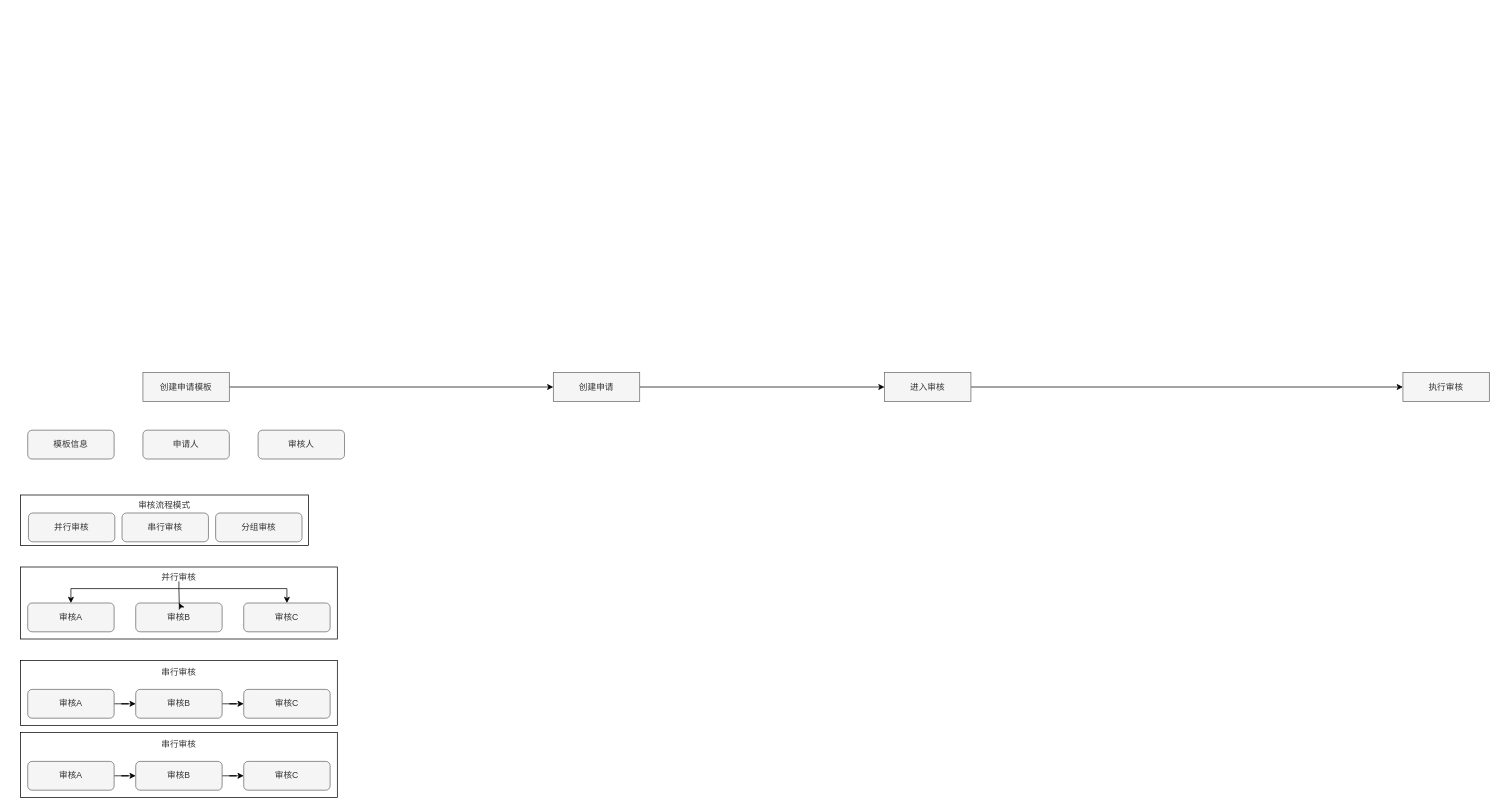
Earlier version of the draw.io diagram 审核流程.drawio (huaiyongtai/diagrams). Source tidied: cells renumbered, new cells numbered last; positions are measured from the earlier drawing's top-left corner, leaving out a move shared by most shapes. Both pictures are drawn from the tidied source at 72%, with x=0, y=0 at pixel (20, 372).
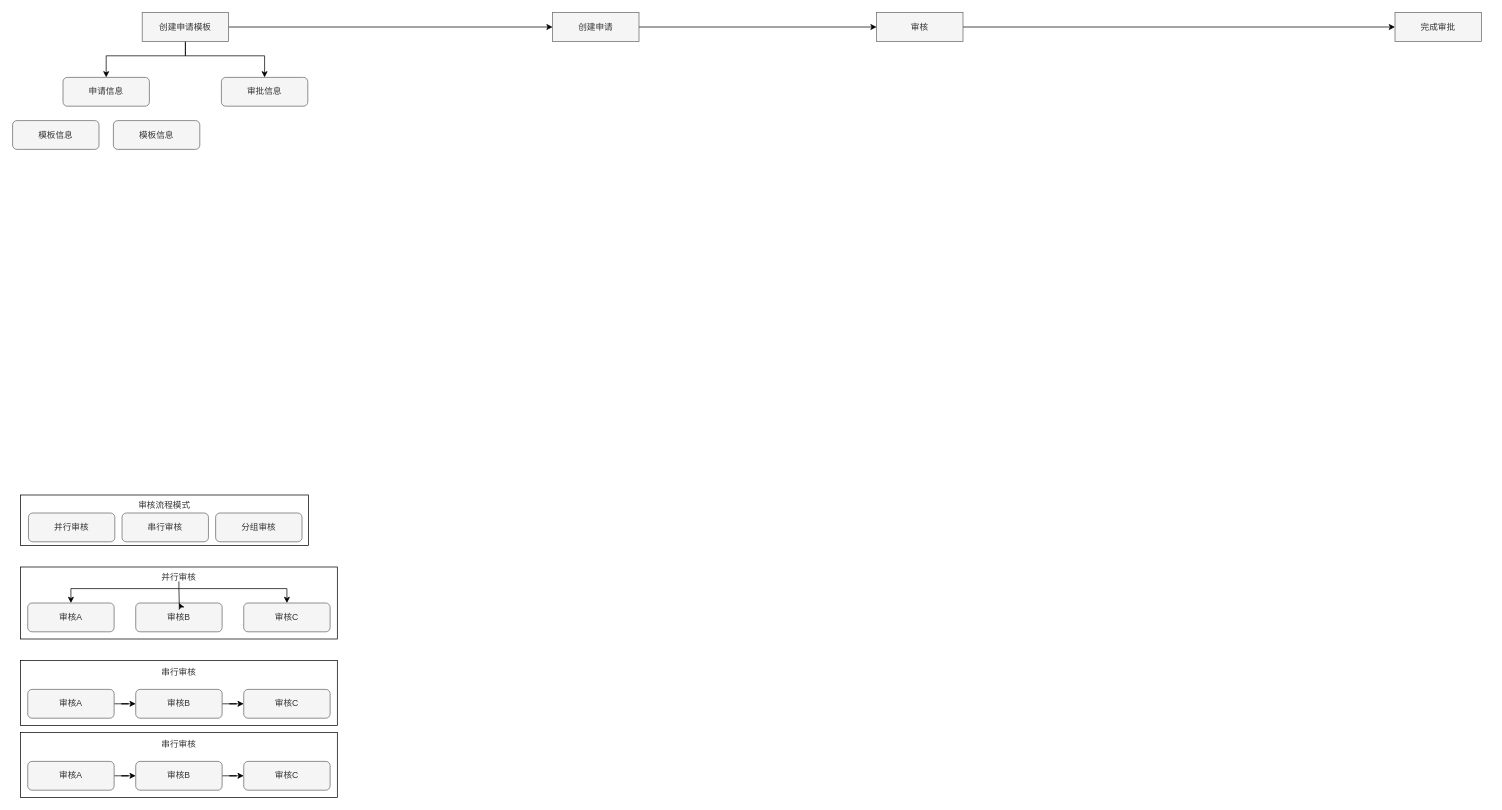
Above is the later version.

Commit message:
更新审核流程.drawio

Diff of the diagram source:
```diff
@@
     <mxCell id="6" value="创建申请" style="rounded=0;whiteSpace=wrap;html=1;fillColor=#f5f5f5;strokeColor=#666666;fontColor=#333333;" parent="1" vertex="1">
-      <mxGeometry x="740" width="120" height="40" as="geometry" />
+      <mxGeometry x="739" y="-500" width="120" height="40" as="geometry" />
     </mxCell>
@@
-    <mxCell id="8" value="进入审核" style="rounded=0;whiteSpace=wrap;html=1;fillColor=#f5f5f5;strokeColor=#666666;fontColor=#333333;" parent="1" vertex="1">
-      <mxGeometry x="1200" width="120" height="40" as="geometry" />
+    <mxCell id="8" value="审核" style="rounded=0;whiteSpace=wrap;html=1;fillColor=#f5f5f5;strokeColor=#666666;fontColor=#333333;" parent="1" vertex="1">
+      <mxGeometry x="1189" y="-500" width="120" height="40" as="geometry" />
     </mxCell>
@@
+    <mxCell id="35" style="edgeStyle=orthogonalEdgeStyle;rounded=0;jettySize=auto;html=1;exitX=0.5;exitY=0;exitDx=0;exitDy=0;" parent="1" edge="1" source="10" target="34">
+      <mxGeometry relative="1" as="geometry">
+        <Array as="points">
+          <mxPoint x="229" y="-440" />
+          <mxPoint x="119" y="-440" />
+        </Array>
+      </mxGeometry>
+    </mxCell>
+    <mxCell id="36" style="edgeStyle=orthogonalEdgeStyle;rounded=0;jettySize=auto;html=1;entryX=0.5;entryY=0;entryDx=0;entryDy=0;" parent="1" edge="1" source="10" target="33">
+      <mxGeometry relative="1" as="geometry">
+        <Array as="points">
+          <mxPoint x="229" y="-440" />
+          <mxPoint x="339" y="-440" />
+        </Array>
+      </mxGeometry>
+    </mxCell>
     <mxCell id="10" value="创建申请模板" style="rounded=0;whiteSpace=wrap;html=1;fillColor=#f5f5f5;strokeColor=#666666;fontColor=#333333;direction=west;" parent="1" vertex="1">
-      <mxGeometry x="170" width="120" height="40" as="geometry" />
+      <mxGeometry x="169" y="-500" width="120" height="40" as="geometry" />
     </mxCell>
     <mxCell id="11" value="模板信息" style="rounded=1;whiteSpace=wrap;html=1;fillColor=#f5f5f5;strokeColor=#666666;fontColor=#333333;glass=0;sketch=0;" parent="1" vertex="1">
-      <mxGeometry x="10" y="80" width="120" height="40" as="geometry" />
+      <mxGeometry x="-11" y="-350" width="120" height="40" as="geometry" />
     </mxCell>
@@
-    <mxCell id="15" value="执行审核" style="rounded=0;whiteSpace=wrap;html=1;fillColor=#f5f5f5;strokeColor=#666666;fontColor=#333333;" parent="1" vertex="1">
-      <mxGeometry x="1920" width="120" height="40" as="geometry" />
+    <mxCell id="15" value="完成审批" style="rounded=0;whiteSpace=wrap;html=1;fillColor=#f5f5f5;strokeColor=#666666;fontColor=#333333;" parent="1" vertex="1">
+      <mxGeometry x="1909" y="-500" width="120" height="40" as="geometry" />
     </mxCell>
@@
-    <mxCell id="33" value="审核人" style="rounded=1;whiteSpace=wrap;html=1;fillColor=#f5f5f5;strokeColor=#666666;fontColor=#333333;glass=0;sketch=0;" parent="1" vertex="1">
-      <mxGeometry x="330" y="80" width="120" height="40" as="geometry" />
+    <mxCell id="33" value="审批信息" style="rounded=1;whiteSpace=wrap;html=1;fillColor=#f5f5f5;strokeColor=#666666;fontColor=#333333;glass=0;sketch=0;" parent="1" vertex="1">
+      <mxGeometry x="279" y="-410" width="120" height="40" as="geometry" />
     </mxCell>
-    <mxCell id="34" value="申请人" style="rounded=1;whiteSpace=wrap;html=1;fillColor=#f5f5f5;strokeColor=#666666;fontColor=#333333;glass=0;sketch=0;" parent="1" vertex="1">
-      <mxGeometry x="170" y="80" width="120" height="40" as="geometry" />
+    <mxCell id="34" value="申请信息" style="rounded=1;whiteSpace=wrap;html=1;fillColor=#f5f5f5;strokeColor=#666666;fontColor=#333333;glass=0;sketch=0;" parent="1" vertex="1">
+      <mxGeometry x="59" y="-410" width="120" height="40" as="geometry" />
     </mxCell>
+    <mxCell id="37" value="模板信息" style="rounded=1;whiteSpace=wrap;html=1;fillColor=#f5f5f5;strokeColor=#666666;fontColor=#333333;glass=0;sketch=0;" parent="1" vertex="1">
+      <mxGeometry x="129" y="-350" width="120" height="40" as="geometry" />
+    </mxCell>
```
